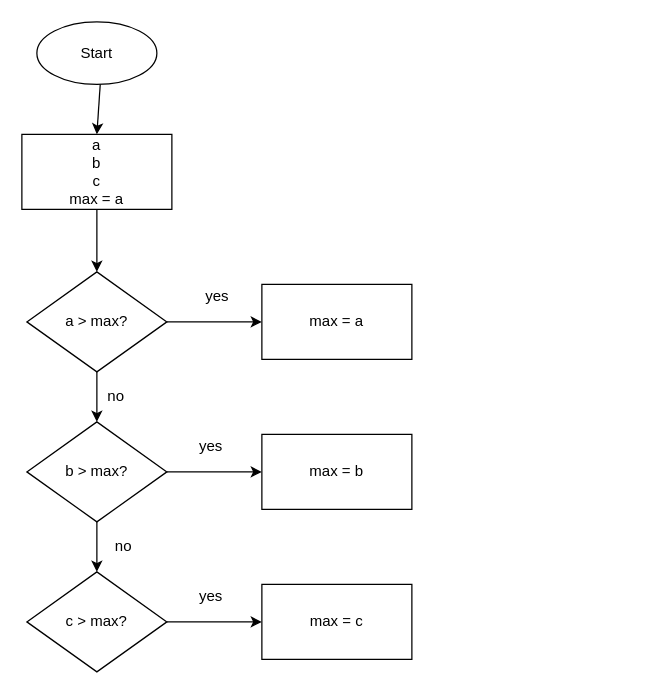
Above: Hometask1_Sem1/Example2_compare3/.drawio in SolokW/Hometasks (draw.io), before the change. Source tidied: cells renumbered, new cells numbered last; positions are measured from the earlier drawing's top-left corner, leaving out a move shared by most shapes. Both pictures are drawn from the tidied source at 125%, with x=0, y=0 at pixel (21, 21).
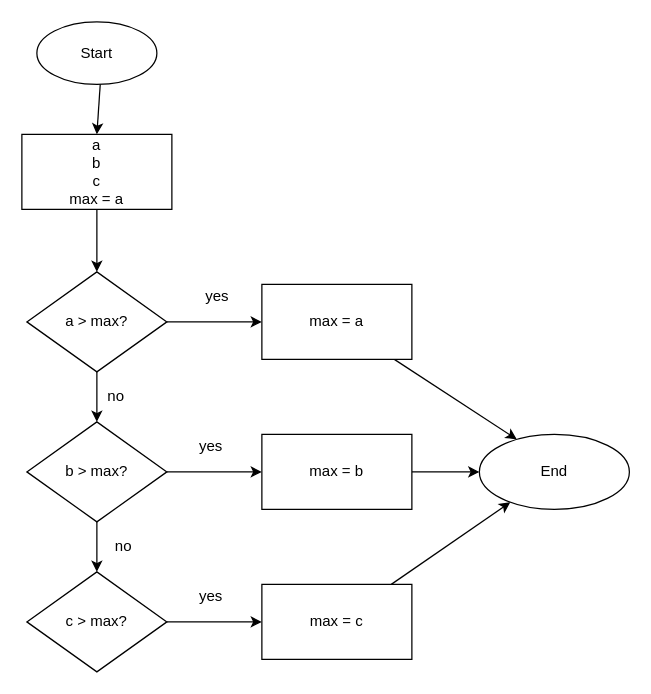
The same diagram, later.

The change refers to these unchanged cells:
```xml
<mxCell id="9" value="max = a" style="whiteSpace=wrap;html=1;" parent="1" vertex="1">
  <mxGeometry x="192" y="210" width="120" height="60" as="geometry" />
</mxCell>
<mxCell id="15" value="max = b" style="whiteSpace=wrap;html=1;" parent="1" vertex="1">
  <mxGeometry x="192" y="330" width="120" height="60" as="geometry" />
</mxCell>
<mxCell id="16" value="max = c" style="whiteSpace=wrap;html=1;" parent="1" vertex="1">
  <mxGeometry x="192" y="450" width="120" height="60" as="geometry" />
</mxCell>
```

What changed in the source:
```diff
@@
+    <mxCell id="22" style="edgeStyle=none;html=1;entryX=0.25;entryY=0.067;entryDx=0;entryDy=0;entryPerimeter=0;" parent="1" edge="1" source="9" target="25">
+      <mxGeometry relative="1" as="geometry" />
+    </mxCell>
@@
+    <mxCell id="23" style="edgeStyle=none;html=1;entryX=0;entryY=0.5;entryDx=0;entryDy=0;" parent="1" edge="1" source="15" target="25">
+      <mxGeometry relative="1" as="geometry" />
+    </mxCell>
@@
+    <mxCell id="24" style="edgeStyle=none;html=1;" parent="1" edge="1" source="16" target="25">
+      <mxGeometry relative="1" as="geometry" />
+    </mxCell>
@@
+    <mxCell id="25" value="End" style="ellipse;whiteSpace=wrap;html=1;" parent="1" vertex="1">
+      <mxGeometry x="366" y="330" width="120" height="60" as="geometry" />
+    </mxCell>
```
